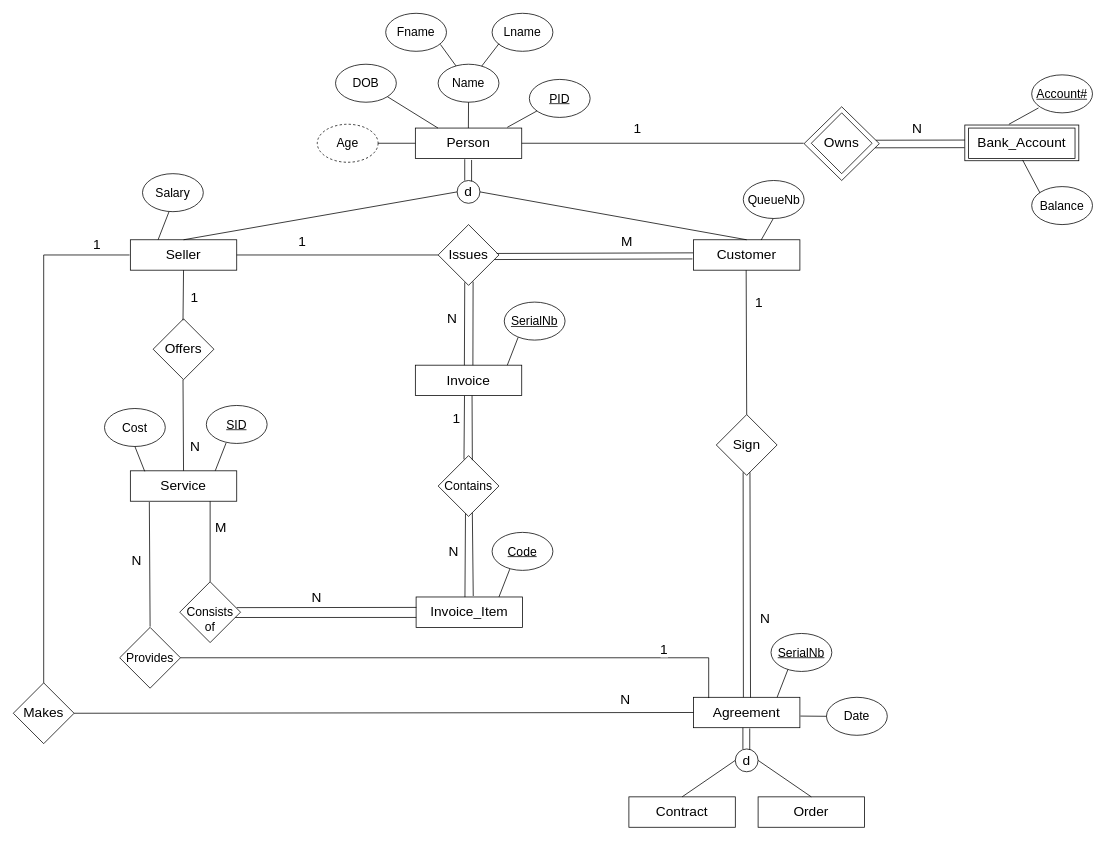
This is EERD.drawio from MahmoudOsama97/Company-SQL-project-, a draw.io file, before an edit. Source tidied: cells renumbered, new cells numbered last; positions are measured from the earlier drawing's top-left corner, leaving out a move shared by most shapes. Both pictures are drawn from the tidied source at 76%, with x=0, y=0 at pixel (13, 13).
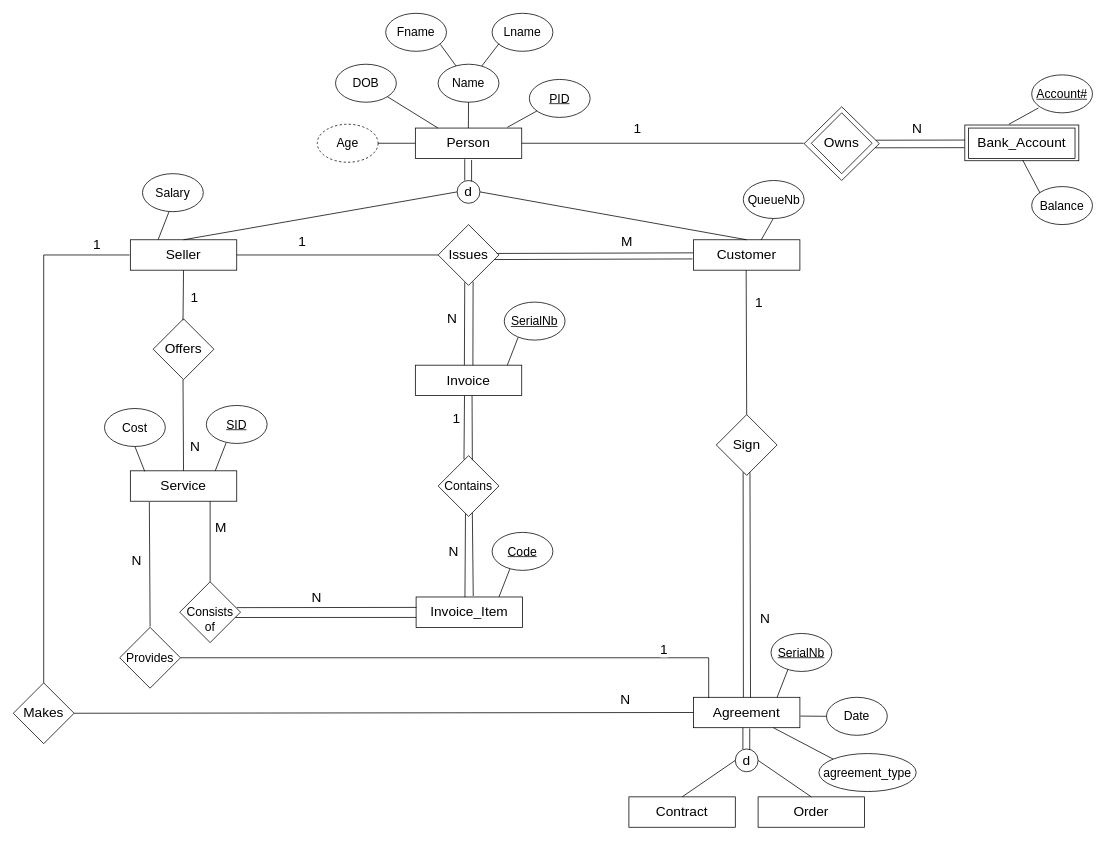
After the change.

Unchanged cells that the change refers to:
```xml
<mxCell id="11" value="&lt;font style=&quot;font-size: 18px&quot;&gt;Agreement&lt;/font&gt;" style="rounded=0;whiteSpace=wrap;html=1;" parent="1" vertex="1">
  <mxGeometry x="895" y="900" width="140" height="40" as="geometry" />
</mxCell>
```

What changed in the source:
```diff
@@
+    <mxCell id="107" value="&lt;font size=&quot;3&quot;&gt;agreement_type&lt;/font&gt;" style="ellipse;whiteSpace=wrap;html=1;" parent="1" vertex="1">
+      <mxGeometry x="1060" y="974" width="128" height="50" as="geometry" />
+    </mxCell>
+    <mxCell id="108" style="endArrow=none;html=1;exitX=0;exitY=0;exitDx=0;exitDy=0;entryX=0.75;entryY=1;entryDx=0;entryDy=0;" parent="1" edge="1" source="107" target="11">
+      <mxGeometry relative="1" as="geometry" />
+    </mxCell>
```
